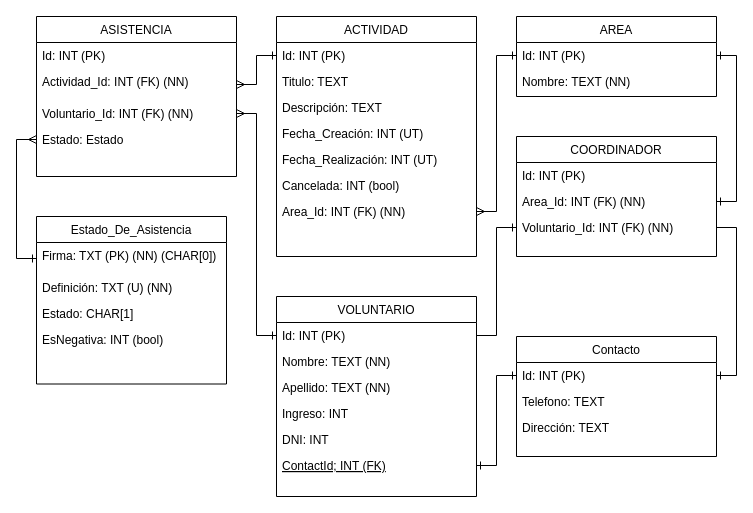
Above: dragrama-fisico.drawio in DDamianoff/Scavenger-Oversight (draw.io), before the change. Source tidied: cells renumbered, new cells numbered last; positions are measured from the earlier drawing's top-left corner, leaving out a move shared by most shapes. Both pictures are drawn from the tidied source at 100%, with x=0, y=0 at pixel (36, 16).
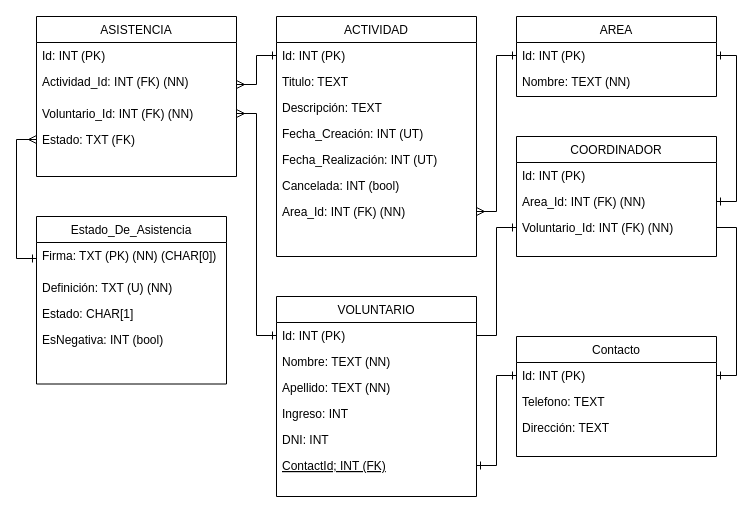
The same page after the edit.

Commit message:
pequeño error en el diagrama

Unchanged cells that the change refers to:
```xml
<mxCell id="22" value="ASISTENCIA" style="swimlane;fontStyle=0;align=center;verticalAlign=top;horizontal=1;startSize=26;rounded=0;shadow=0;strokeWidth=1;" parent="1" vertex="1">
  <mxGeometry width="200" height="160" as="geometry" />
</mxCell>
```

The edit, as a diff of the source:
```diff
@@
-    <mxCell id="26" value="Estado: Estado" style="text;align=left;verticalAlign=top;spacingLeft=4;spacingRight=4;overflow=hidden;points=[[0,0.5],[1,0.5]];portConstraint=eastwest;" parent="22" vertex="1">
+    <mxCell id="26" value="Estado: TXT (FK)" style="text;align=left;verticalAlign=top;spacingLeft=4;spacingRight=4;overflow=hidden;points=[[0,0.5],[1,0.5]];portConstraint=eastwest;" parent="22" vertex="1">
       <mxGeometry y="110" width="200" height="26" as="geometry" />
     </mxCell>
```
